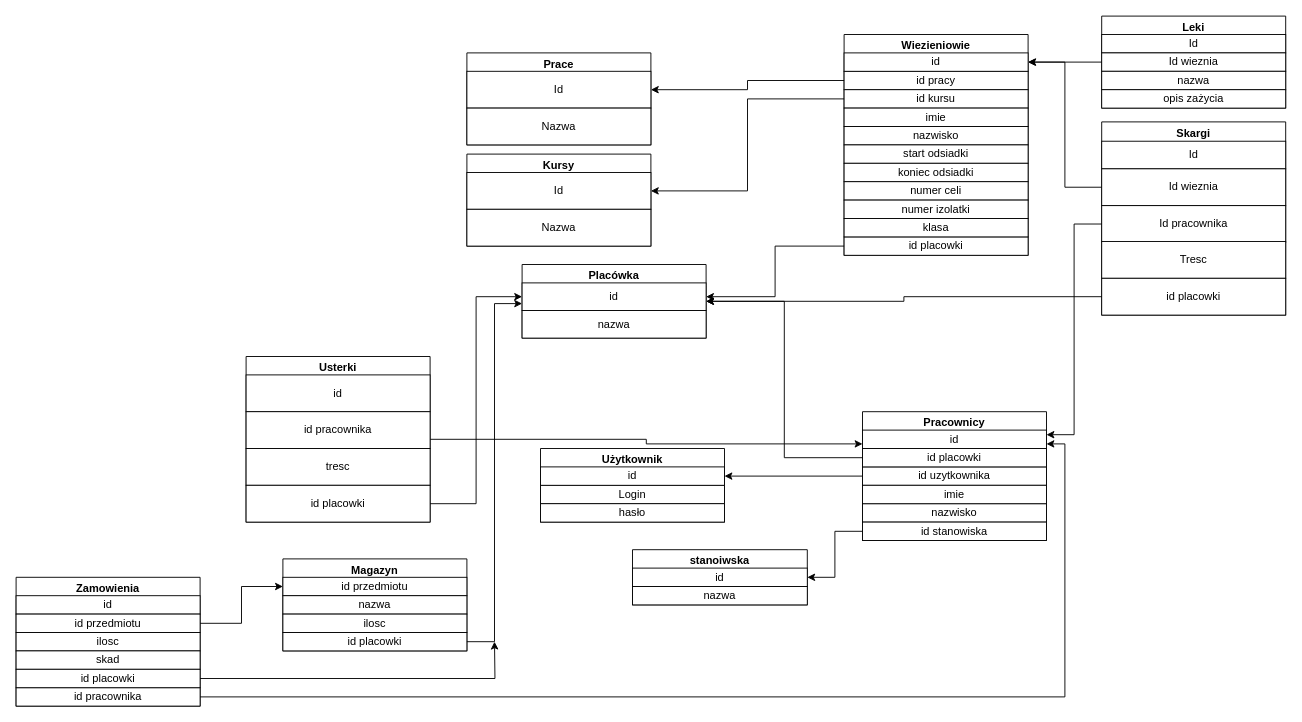
xLaskawy/podstawy_inzynierii_programowania_projekt keeps this draw.io diagram as Baza.drawio. Above is the earlier version. Source tidied: cells renumbered, new cells numbered last; positions are measured from the earlier drawing's top-left corner, leaving out a move shared by most shapes. Both pictures are drawn from the tidied source at 92%, with x=0, y=0 at pixel (16, 16).
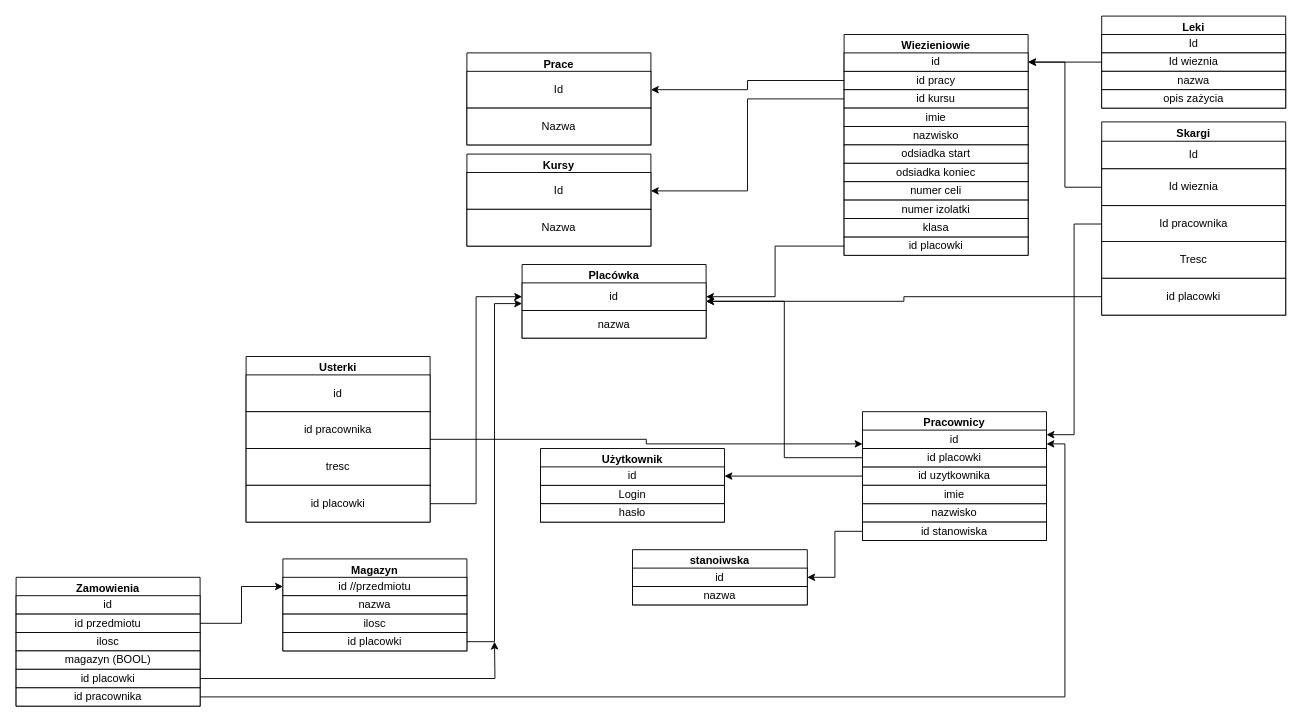
The same diagram, later.

The change refers to these unchanged cells:
```xml
<mxCell id="2" value="Wiezieniowie" style="swimlane;" parent="1" vertex="1">
  <mxGeometry x="900" y="20" width="200" height="240" as="geometry" />
</mxCell>
<mxCell id="25" value="Magazyn" style="swimlane;" parent="1" vertex="1">
  <mxGeometry x="290" y="590" width="200" height="100" as="geometry" />
</mxCell>
<mxCell id="46" value="Zamowienia" style="swimlane;" parent="1" vertex="1">
  <mxGeometry y="610" width="200" height="140" as="geometry" />
</mxCell>
```

Change to the diagram source:
```diff
@@
-    <mxCell id="9" value="start odsiadki" style="whiteSpace=wrap;html=1;" parent="2" vertex="1">
+    <mxCell id="9" value="odsiadka start" style="whiteSpace=wrap;html=1;" parent="2" vertex="1">
       <mxGeometry y="120" width="200" height="20" as="geometry" />
     </mxCell>
-    <mxCell id="10" value="koniec odsiadki" style="whiteSpace=wrap;html=1;" parent="2" vertex="1">
+    <mxCell id="10" value="odsiadka koniec" style="whiteSpace=wrap;html=1;" parent="2" vertex="1">
       <mxGeometry y="140" width="200" height="20" as="geometry" />
     </mxCell>
@@
-    <mxCell id="26" value="id przedmiotu" style="whiteSpace=wrap;html=1;" parent="25" vertex="1">
+    <mxCell id="26" value="id //przedmiotu" style="whiteSpace=wrap;html=1;" parent="25" vertex="1">
       <mxGeometry y="20" width="200" height="20" as="geometry" />
     </mxCell>
@@
-    <mxCell id="50" value="skad" style="whiteSpace=wrap;html=1;" parent="46" vertex="1">
+    <mxCell id="50" value="magazyn (BOOL)" style="whiteSpace=wrap;html=1;" parent="46" vertex="1">
       <mxGeometry y="80" width="200" height="20" as="geometry" />
     </mxCell>
```
